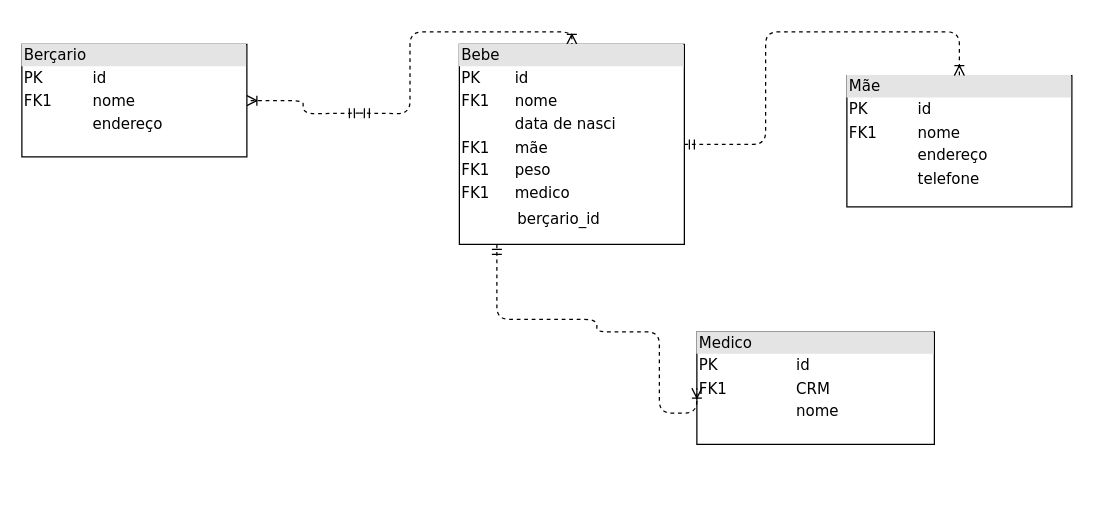
Earlier version of the draw.io diagram berçario3.drawio (emcampsz/banco.de.dados). Source tidied: cells renumbered, new cells numbered last; positions are measured from the earlier drawing's top-left corner, leaving out a move shared by most shapes. Both pictures are drawn from the tidied source at 125%, with x=0, y=0 at pixel (21, 44).
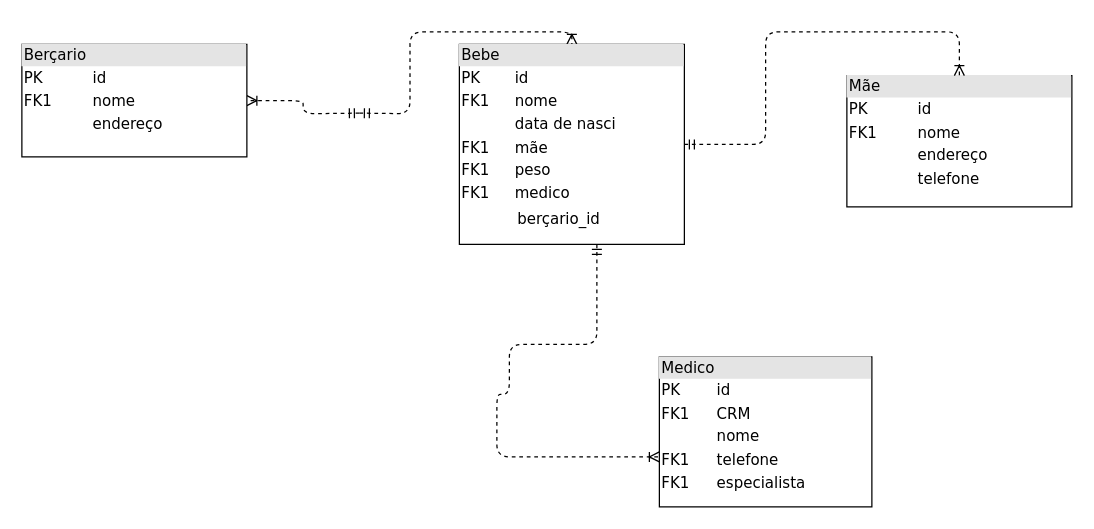
Above is the later version.

The edit, as a diff of the source:
```diff
@@
 <mxGraphModel>
   <root>
     <mxCell id="0" />
     <mxCell id="1" parent="0" />
     <mxCell id="2" style="edgeStyle=orthogonalEdgeStyle;html=1;entryX=0.5;entryY=0;dashed=1;labelBackgroundColor=none;startArrow=ERmandOne;endArrow=ERoneToMany;fontFamily=Verdana;fontSize=12;align=left;" parent="1" edge="1" target="6">
       <mxGeometry relative="1" as="geometry">
         <mxPoint x="270" y="55" as="sourcePoint" />
       </mxGeometry>
     </mxCell>
     <mxCell id="3" style="edgeStyle=orthogonalEdgeStyle;html=1;dashed=1;labelBackgroundColor=none;startArrow=ERmandOne;endArrow=ERoneToMany;fontFamily=Verdana;fontSize=12;align=left;" parent="1" edge="1" target="9">
       <mxGeometry relative="1" as="geometry">
         <mxPoint x="270" y="55" as="sourcePoint" />
       </mxGeometry>
     </mxCell>
     <mxCell id="4" value="&lt;div style=&quot;box-sizing: border-box ; width: 100% ; background: #e4e4e4 ; padding: 2px&quot;&gt;Mãe&lt;br&gt;&lt;/div&gt;&lt;table style=&quot;width: 100% ; font-size: 1em&quot; cellspacing=&quot;0&quot; cellpadding=&quot;2&quot;&gt;&lt;tbody&gt;&lt;tr&gt;&lt;td&gt;PK&lt;/td&gt;&lt;td&gt;id&lt;br&gt;&lt;/td&gt;&lt;/tr&gt;&lt;tr&gt;&lt;td&gt;FK1&lt;/td&gt;&lt;td&gt;nome&lt;br&gt;&lt;/td&gt;&lt;/tr&gt;&lt;tr&gt;&lt;td&gt;&lt;/td&gt;&lt;td&gt;endereço&lt;br&gt;&lt;/td&gt;&lt;/tr&gt;&lt;tr&gt;&lt;td&gt;&lt;br&gt;&lt;/td&gt;&lt;td&gt;telefone&lt;br&gt;&lt;/td&gt;&lt;/tr&gt;&lt;tr&gt;&lt;td&gt;&lt;br&gt;&lt;/td&gt;&lt;td&gt;&lt;br&gt;&lt;/td&gt;&lt;/tr&gt;&lt;/tbody&gt;&lt;/table&gt;" style="verticalAlign=top;align=left;overflow=fill;html=1;rounded=0;shadow=0;comic=0;labelBackgroundColor=none;strokeWidth=1;fontFamily=Verdana;fontSize=12;" parent="1" vertex="1">
       <mxGeometry x="660" y="25" width="180" height="105" as="geometry" />
     </mxCell>
     <mxCell id="5" style="edgeStyle=orthogonalEdgeStyle;html=1;entryX=0.5;entryY=0;labelBackgroundColor=none;startArrow=ERmandOne;endArrow=ERoneToMany;fontFamily=Verdana;fontSize=12;align=left;dashed=1;" parent="1" edge="1" source="6" target="4">
       <mxGeometry relative="1" as="geometry" />
     </mxCell>
     <mxCell id="6" value="&lt;div style=&quot;box-sizing: border-box ; width: 100% ; background: #e4e4e4 ; padding: 2px&quot;&gt;Bebe&lt;br&gt;&lt;/div&gt;&lt;table style=&quot;width: 100% ; font-size: 1em&quot; cellspacing=&quot;0&quot; cellpadding=&quot;2&quot;&gt;&lt;tbody&gt;&lt;tr&gt;&lt;td&gt;PK&lt;/td&gt;&lt;td&gt;id&lt;br&gt;&lt;/td&gt;&lt;/tr&gt;&lt;tr&gt;&lt;td&gt;FK1&lt;/td&gt;&lt;td&gt;nome&lt;br&gt;&lt;/td&gt;&lt;/tr&gt;&lt;tr&gt;&lt;td&gt;&lt;/td&gt;&lt;td&gt;data de nasci&lt;br&gt;&lt;/td&gt;&lt;/tr&gt;&lt;tr&gt;&lt;td&gt;FK1&lt;br&gt;&lt;/td&gt;&lt;td&gt;mãe&lt;br&gt;&lt;/td&gt;&lt;/tr&gt;&lt;tr&gt;&lt;td&gt;FK1&lt;br&gt;&lt;/td&gt;&lt;td&gt;peso&lt;br&gt;&lt;/td&gt;&lt;/tr&gt;&lt;tr&gt;&lt;td&gt;FK1&lt;br&gt;&lt;/td&gt;&lt;td&gt;medico&lt;br&gt;&lt;/td&gt;&lt;/tr&gt;&lt;tr&gt;&lt;td&gt;&lt;br&gt;&lt;/td&gt;&lt;td&gt;&lt;table cellspacing=&quot;0&quot; cellpadding=&quot;2&quot;&gt;&lt;tbody&gt;&lt;tr&gt;&lt;td&gt;berçario_id&lt;br&gt;&lt;/td&gt;&lt;/tr&gt;&lt;/tbody&gt;&lt;/table&gt;&lt;/td&gt;&lt;/tr&gt;&lt;tr&gt;&lt;td&gt;&lt;br&gt;&lt;/td&gt;&lt;td&gt;&lt;br&gt;&lt;/td&gt;&lt;/tr&gt;&lt;tr&gt;&lt;td&gt;&lt;br&gt;&lt;/td&gt;&lt;td&gt;&lt;br&gt;&lt;/td&gt;&lt;/tr&gt;&lt;tr&gt;&lt;td&gt;&lt;br&gt;&lt;/td&gt;&lt;td&gt;&lt;br&gt;&lt;/td&gt;&lt;/tr&gt;&lt;tr&gt;&lt;td&gt;&lt;br&gt;&lt;/td&gt;&lt;td&gt;&lt;br&gt;&lt;/td&gt;&lt;/tr&gt;&lt;tr&gt;&lt;td&gt;&lt;br&gt;&lt;/td&gt;&lt;td&gt;&lt;br&gt;&lt;/td&gt;&lt;/tr&gt;&lt;tr&gt;&lt;td&gt;&lt;br&gt;&lt;/td&gt;&lt;td&gt;&lt;br&gt;&lt;/td&gt;&lt;/tr&gt;&lt;tr&gt;&lt;td&gt;&lt;br&gt;&lt;/td&gt;&lt;td&gt;&lt;br&gt;&lt;/td&gt;&lt;/tr&gt;&lt;tr&gt;&lt;td&gt;&lt;br&gt;&lt;/td&gt;&lt;td&gt;&lt;br&gt;&lt;/td&gt;&lt;/tr&gt;&lt;tr&gt;&lt;td&gt;&lt;br&gt;&lt;/td&gt;&lt;td&gt;&lt;br&gt;&lt;/td&gt;&lt;/tr&gt;&lt;tr&gt;&lt;td&gt;&lt;br&gt;&lt;/td&gt;&lt;td&gt;&lt;br&gt;&lt;/td&gt;&lt;/tr&gt;&lt;/tbody&gt;&lt;/table&gt;" style="verticalAlign=top;align=left;overflow=fill;html=1;rounded=0;shadow=0;comic=0;labelBackgroundColor=none;strokeWidth=1;fontFamily=Verdana;fontSize=12;" parent="1" vertex="1">
       <mxGeometry x="350" width="180" height="160" as="geometry" />
     </mxCell>
-    <mxCell id="7" value="&lt;div style=&quot;box-sizing:border-box;width:100%;background:#e4e4e4;padding:2px;&quot;&gt;Medico&lt;br&gt;&lt;/div&gt;&lt;table style=&quot;width:100%;font-size:1em;&quot; cellspacing=&quot;0&quot; cellpadding=&quot;2&quot;&gt;&lt;tbody&gt;&lt;tr&gt;&lt;td&gt;PK&lt;/td&gt;&lt;td&gt;id&lt;br&gt;&lt;/td&gt;&lt;/tr&gt;&lt;tr&gt;&lt;td&gt;FK1&lt;/td&gt;&lt;td&gt;CRM&lt;br&gt;&lt;/td&gt;&lt;/tr&gt;&lt;tr&gt;&lt;td&gt;&lt;/td&gt;&lt;td&gt;nome&lt;br&gt;&lt;/td&gt;&lt;/tr&gt;&lt;/tbody&gt;&lt;/table&gt;" style="verticalAlign=top;align=left;overflow=fill;html=1;rounded=0;shadow=0;comic=0;labelBackgroundColor=none;strokeWidth=1;fontFamily=Verdana;fontSize=12;" parent="1" vertex="1">
-      <mxGeometry x="540" y="230" width="190" height="90" as="geometry" />
-    </mxCell>
-    <mxCell id="8" style="edgeStyle=orthogonalEdgeStyle;html=1;entryX=0;entryY=0.5;dashed=1;labelBackgroundColor=none;startArrow=ERmandOne;endArrow=ERoneToMany;fontFamily=Verdana;fontSize=12;align=left;entryDx=0;entryDy=0;" parent="1" edge="1" target="7">
+    <mxCell id="8" style="edgeStyle=orthogonalEdgeStyle;html=1;dashed=1;labelBackgroundColor=none;startArrow=ERmandOne;endArrow=ERoneToMany;fontFamily=Verdana;fontSize=12;align=left;" parent="1" edge="1" source="6" target="10">
       <mxGeometry relative="1" as="geometry">
-        <mxPoint x="380" y="160" as="sourcePoint" />
         <Array as="points">
-          <mxPoint x="380" y="220" />
-          <mxPoint x="460" y="220" />
-          <mxPoint x="460" y="230" />
-          <mxPoint x="510" y="230" />
-          <mxPoint x="510" y="295" />
+          <mxPoint x="460" y="240" />
+          <mxPoint x="390" y="240" />
+          <mxPoint x="390" y="280" />
+          <mxPoint x="380" y="280" />
+          <mxPoint x="380" y="330" />
         </Array>
       </mxGeometry>
     </mxCell>
+    <mxCell id="10" value="&lt;div style=&quot;box-sizing: border-box ; width: 100% ; background: #e4e4e4 ; padding: 2px&quot;&gt;Medico&lt;br&gt;&lt;/div&gt;&lt;table style=&quot;width: 100% ; font-size: 1em&quot; cellspacing=&quot;0&quot; cellpadding=&quot;2&quot;&gt;&lt;tbody&gt;&lt;tr&gt;&lt;td&gt;PK&lt;/td&gt;&lt;td&gt;id&lt;br&gt;&lt;/td&gt;&lt;/tr&gt;&lt;tr&gt;&lt;td&gt;FK1&lt;/td&gt;&lt;td&gt;CRM&lt;br&gt;&lt;/td&gt;&lt;/tr&gt;&lt;tr&gt;&lt;td&gt;&lt;/td&gt;&lt;td&gt;nome&lt;br&gt;&lt;/td&gt;&lt;/tr&gt;&lt;tr&gt;&lt;td&gt;FK1&lt;br&gt;&lt;/td&gt;&lt;td&gt;telefone&lt;br&gt;&lt;/td&gt;&lt;/tr&gt;&lt;tr&gt;&lt;td&gt;FK1&lt;br&gt;&lt;/td&gt;&lt;td&gt;especialista&lt;br&gt;&lt;/td&gt;&lt;/tr&gt;&lt;tr&gt;&lt;td&gt;&lt;br&gt;&lt;/td&gt;&lt;td&gt;&lt;br&gt;&lt;/td&gt;&lt;/tr&gt;&lt;tr&gt;&lt;td&gt;&lt;br&gt;&lt;/td&gt;&lt;td&gt;&lt;br&gt;&lt;/td&gt;&lt;/tr&gt;&lt;tr&gt;&lt;td&gt;&lt;br&gt;&lt;/td&gt;&lt;td&gt;&lt;br&gt;&lt;/td&gt;&lt;/tr&gt;&lt;tr&gt;&lt;td&gt;&lt;br&gt;&lt;/td&gt;&lt;td&gt;&lt;br&gt;&lt;/td&gt;&lt;/tr&gt;&lt;tr&gt;&lt;td&gt;&lt;br&gt;&lt;/td&gt;&lt;td&gt;&lt;br&gt;&lt;/td&gt;&lt;/tr&gt;&lt;tr&gt;&lt;td&gt;&lt;br&gt;&lt;/td&gt;&lt;td&gt;&lt;br&gt;&lt;/td&gt;&lt;/tr&gt;&lt;tr&gt;&lt;td&gt;&lt;br&gt;&lt;/td&gt;&lt;td&gt;&lt;br&gt;&lt;/td&gt;&lt;/tr&gt;&lt;/tbody&gt;&lt;/table&gt;" style="verticalAlign=top;align=left;overflow=fill;html=1;rounded=0;shadow=0;comic=0;labelBackgroundColor=none;strokeWidth=1;fontFamily=Verdana;fontSize=12;" parent="1" vertex="1">
+      <mxGeometry x="510" y="250" width="170" height="120" as="geometry" />
+    </mxCell>
     <mxCell id="9" value="&lt;div style=&quot;box-sizing:border-box;width:100%;background:#e4e4e4;padding:2px;&quot;&gt;Berçario&lt;br&gt;&lt;/div&gt;&lt;table style=&quot;width:100%;font-size:1em;&quot; cellspacing=&quot;0&quot; cellpadding=&quot;2&quot;&gt;&lt;tbody&gt;&lt;tr&gt;&lt;td&gt;PK&lt;/td&gt;&lt;td&gt;id&lt;br&gt;&lt;/td&gt;&lt;/tr&gt;&lt;tr&gt;&lt;td&gt;FK1&lt;/td&gt;&lt;td&gt;nome&lt;br&gt;&lt;/td&gt;&lt;/tr&gt;&lt;tr&gt;&lt;td&gt;&lt;/td&gt;&lt;td&gt;endereço&lt;br&gt;&lt;/td&gt;&lt;/tr&gt;&lt;/tbody&gt;&lt;/table&gt;" style="verticalAlign=top;align=left;overflow=fill;html=1;rounded=0;shadow=0;comic=0;labelBackgroundColor=none;strokeWidth=1;fontFamily=Verdana;fontSize=12;" parent="1" vertex="1">
       <mxGeometry width="180" height="90" as="geometry" />
     </mxCell>
   </root>
 </mxGraphModel>
```
